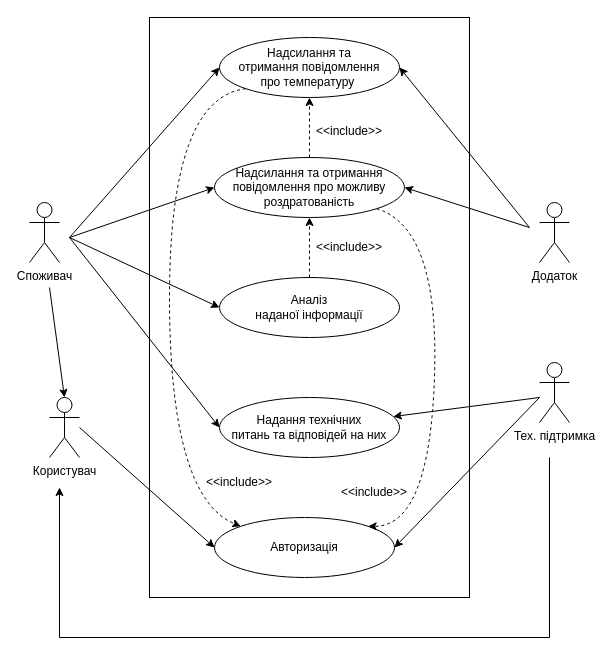
The draw.io diagram 1-SoftwareRequirements/1.3-SoftwareUserRequirements/1.3.3-UseCaseDiagram/uml.drawio in oleksandrblazhko/ai-215-korchakovskij, before the edit. Source tidied: cells renumbered, new cells numbered last; positions are measured from the earlier drawing's top-left corner, leaving out a move shared by most shapes. Both pictures are drawn from the tidied source at 100%, with x=0, y=0 at pixel (29, 17).
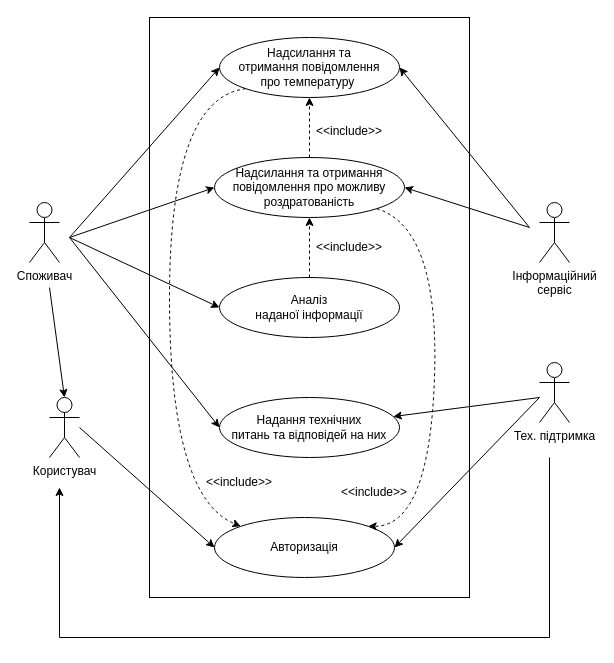
After the change.

Change to the diagram source:
```diff
@@
-    <mxCell id="6" value="Додаток" style="shape=umlActor;verticalLabelPosition=bottom;verticalAlign=top;html=1;" parent="1" vertex="1">
+    <mxCell id="6" value="Інформаційний&lt;br&gt;сервіс" style="shape=umlActor;verticalLabelPosition=bottom;verticalAlign=top;html=1;" parent="1" vertex="1">
       <mxGeometry x="510" y="185" width="30" height="60" as="geometry" />
     </mxCell>
```
